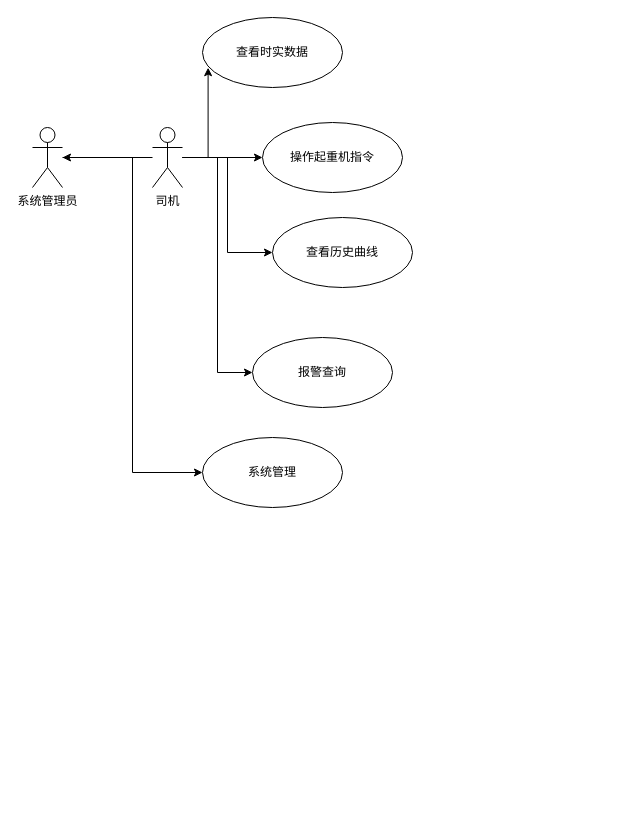
Earlier version of the draw.io diagram Untitled Diagram.drawio (lsfoo/cjsh). Source tidied: cells renumbered, new cells numbered last; positions are measured from the earlier drawing's top-left corner, leaving out a move shared by most shapes. Both pictures are drawn from the tidied source at 100%, with x=0, y=0 at pixel (32, 17).
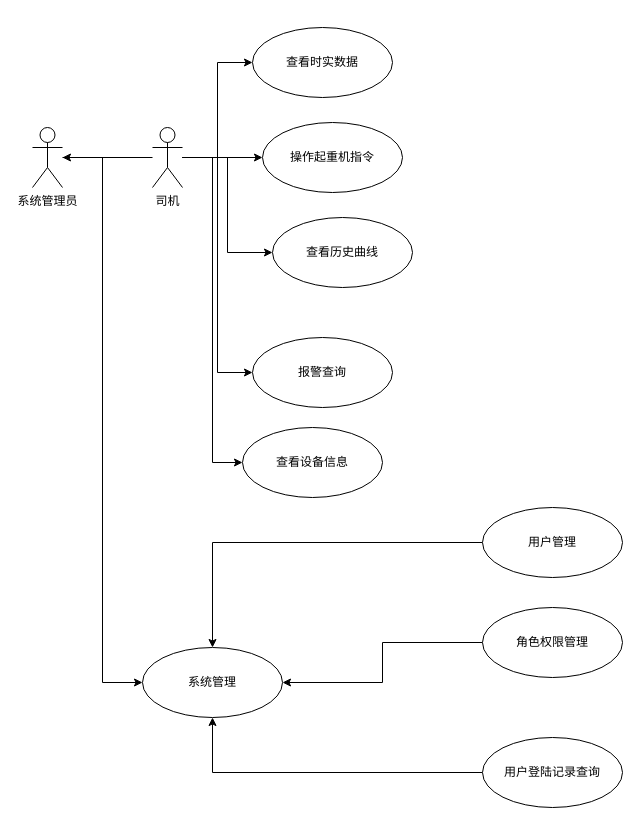
The same page after the edit.

Unchanged cells that the change refers to:
```xml
<mxCell id="7" value="司机" style="shape=umlActor;verticalLabelPosition=bottom;labelBackgroundColor=#ffffff;verticalAlign=top;html=1;" parent="1" vertex="1">
  <mxGeometry x="120" y="110" width="30" height="60" as="geometry" />
</mxCell>
```

What changed in the source:
```diff
@@
-    <mxCell id="3" style="edgeStyle=orthogonalEdgeStyle;rounded=0;jettySize=auto;html=1;entryX=0.04;entryY=0.717;entryDx=0;entryDy=0;entryPerimeter=0;" parent="1" edge="1" source="7" target="8">
+    <mxCell id="3" style="edgeStyle=orthogonalEdgeStyle;rounded=0;jettySize=auto;html=1;entryX=0;entryY=0.5;entryDx=0;entryDy=0;" parent="1" edge="1" source="7" target="8">
       <mxGeometry relative="1" as="geometry" />
     </mxCell>
@@
+    <mxCell id="15" style="edgeStyle=orthogonalEdgeStyle;rounded=0;jettySize=auto;html=1;entryX=0;entryY=0.5;entryDx=0;entryDy=0;" parent="1" edge="1" source="7" target="22">
+      <mxGeometry relative="1" as="geometry" />
+    </mxCell>
@@
     <mxCell id="8" value="查看时实数据" style="ellipse;whiteSpace=wrap;html=1;" parent="1" vertex="1">
-      <mxGeometry x="170" width="140" height="70" as="geometry" />
+      <mxGeometry x="220" y="10" width="140" height="70" as="geometry" />
     </mxCell>
@@
     <mxCell id="14" value="系统管理" style="ellipse;whiteSpace=wrap;html=1;" parent="1" vertex="1">
-      <mxGeometry x="170" y="420" width="140" height="70" as="geometry" />
+      <mxGeometry x="110" y="630" width="140" height="70" as="geometry" />
     </mxCell>
+    <mxCell id="16" style="edgeStyle=orthogonalEdgeStyle;rounded=0;jettySize=auto;html=1;" parent="1" edge="1" source="17" target="14">
+      <mxGeometry relative="1" as="geometry" />
+    </mxCell>
+    <mxCell id="17" value="用户管理" style="ellipse;whiteSpace=wrap;html=1;" parent="1" vertex="1">
+      <mxGeometry x="450" y="490" width="140" height="70" as="geometry" />
+    </mxCell>
+    <mxCell id="18" style="edgeStyle=orthogonalEdgeStyle;rounded=0;jettySize=auto;html=1;entryX=1;entryY=0.5;entryDx=0;entryDy=0;" parent="1" edge="1" source="19" target="14">
+      <mxGeometry relative="1" as="geometry" />
+    </mxCell>
+    <mxCell id="19" value="角色权限管理" style="ellipse;whiteSpace=wrap;html=1;" parent="1" vertex="1">
+      <mxGeometry x="450" y="590" width="140" height="70" as="geometry" />
+    </mxCell>
+    <mxCell id="20" style="edgeStyle=orthogonalEdgeStyle;rounded=0;jettySize=auto;html=1;" parent="1" edge="1" source="21" target="14">
+      <mxGeometry relative="1" as="geometry" />
+    </mxCell>
+    <mxCell id="21" value="用户登陆记录查询" style="ellipse;whiteSpace=wrap;html=1;" parent="1" vertex="1">
+      <mxGeometry x="450" y="720" width="140" height="70" as="geometry" />
+    </mxCell>
+    <mxCell id="22" value="查看设备信息" style="ellipse;whiteSpace=wrap;html=1;" parent="1" vertex="1">
+      <mxGeometry x="210" y="410" width="140" height="70" as="geometry" />
+    </mxCell>
```
